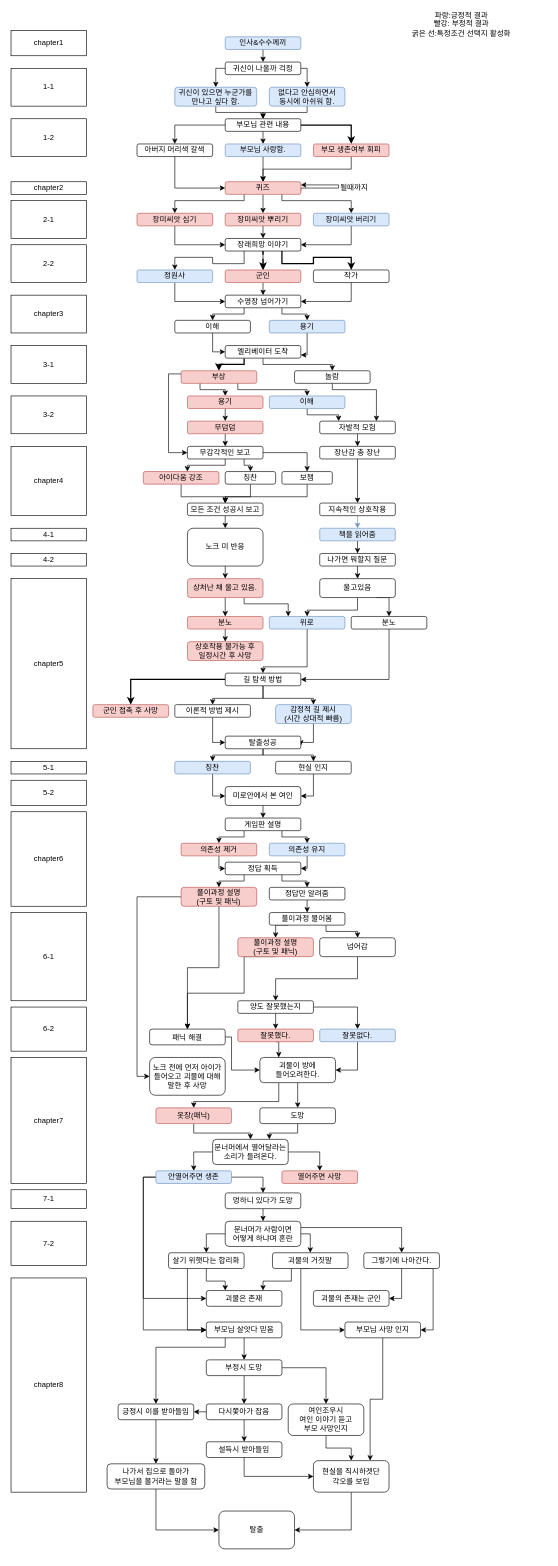
KimSeal/gamemaker keeps this draw.io diagram as interaction.drawio. Above is the earlier version. Source tidied: cells renumbered, new cells numbered last; positions are measured from the earlier drawing's top-left corner, leaving out a move shared by most shapes. Both pictures are drawn from the tidied source at 63%, with x=0, y=0 at pixel (11, 18).
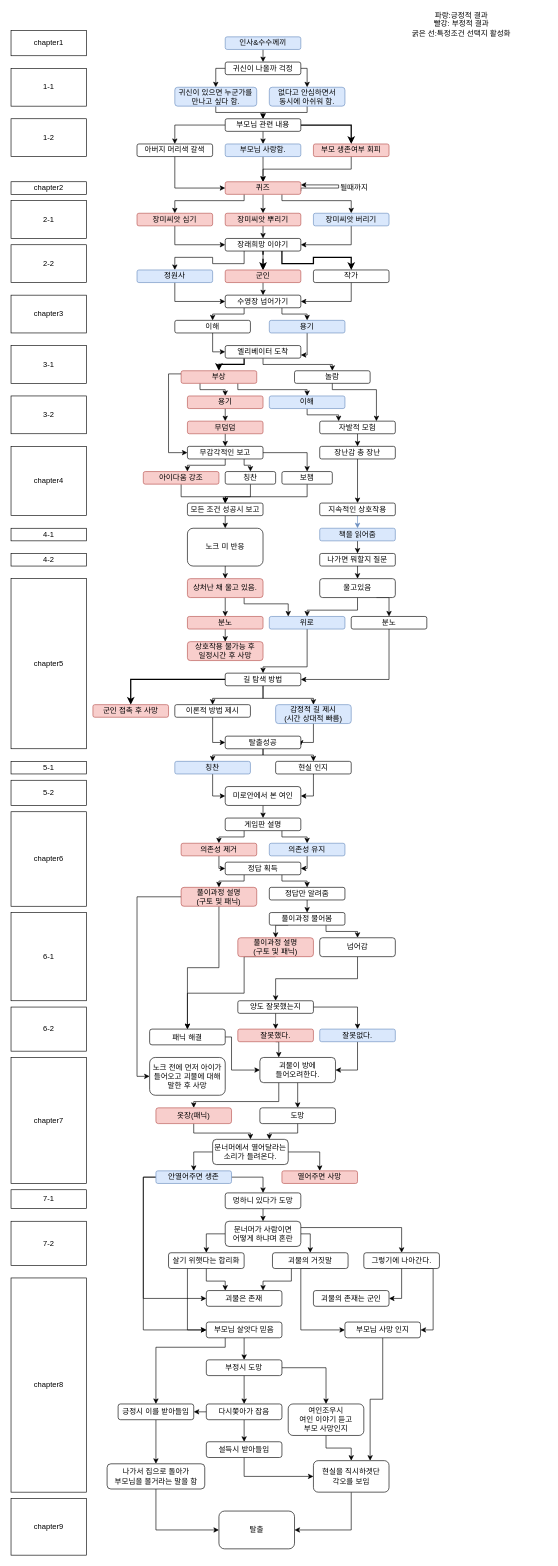
After the change.

The edit, as a diff of the source:
```diff
@@
+    <mxCell id="230" value="chapter9" style="rounded=0;whiteSpace=wrap;html=1;" parent="1" vertex="1">
+      <mxGeometry y="2350" width="120" height="90" as="geometry" />
+    </mxCell>
```
